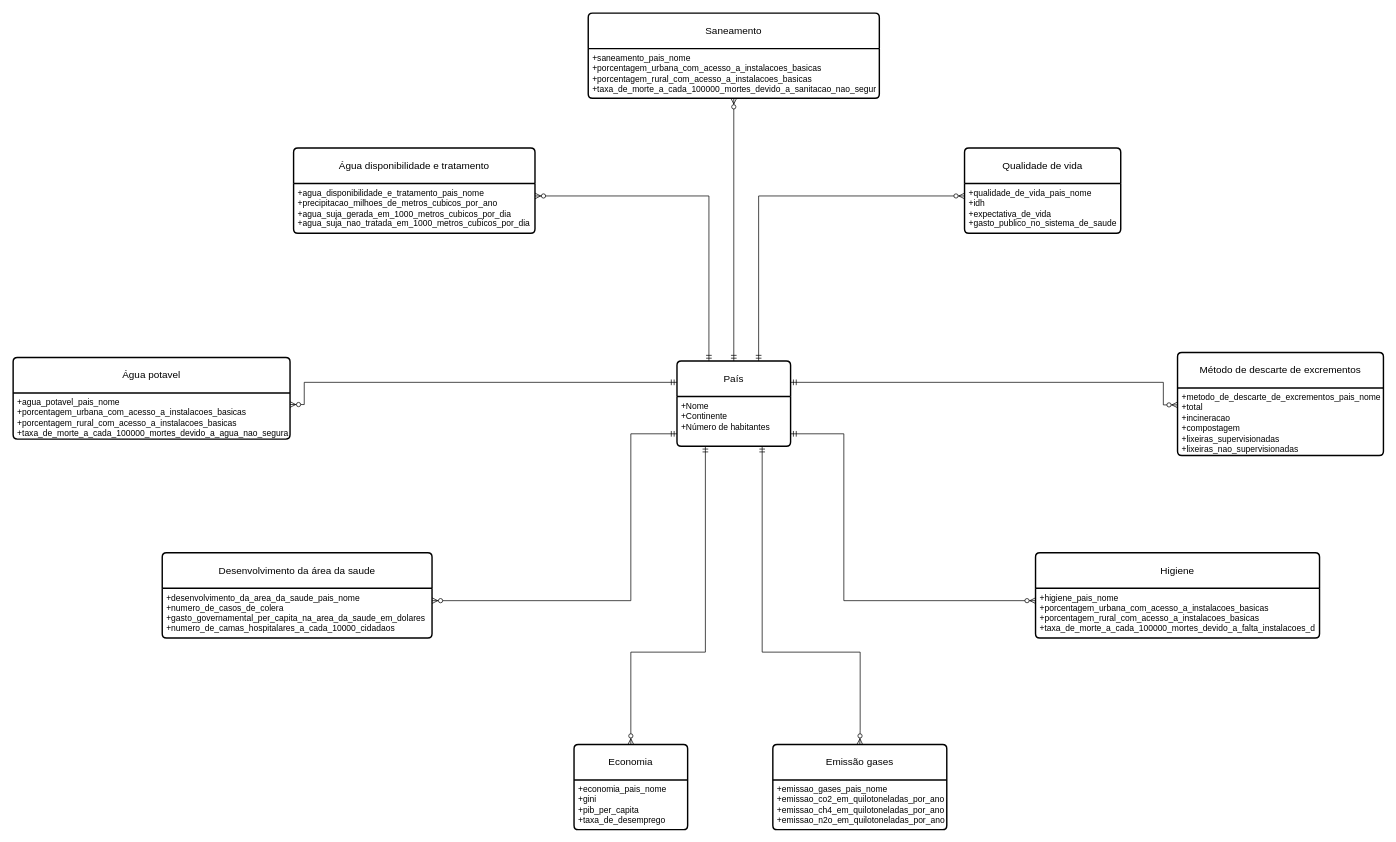
Before: Modelo conceitual.drawio in thidorta/MC536-2025, a draw.io diagram. Source tidied: cells renumbered, new cells numbered last; positions are measured from the earlier drawing's top-left corner, leaving out a move shared by most shapes. Both pictures are drawn from the tidied source at 71%, with x=0, y=0 at pixel (13, 13).
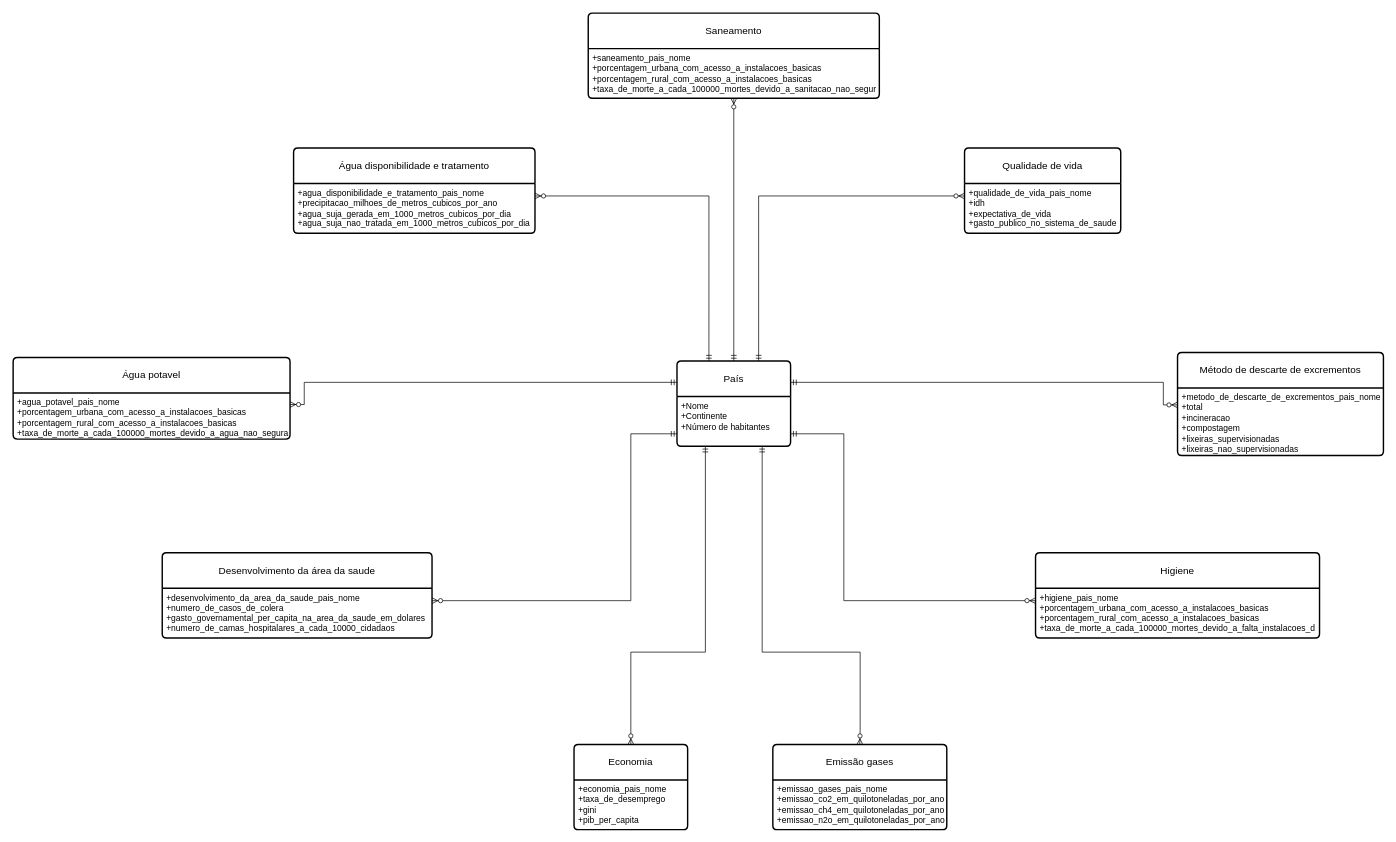
The same page after the edit.

The change refers to these unchanged cells:
```xml
<mxCell id="19" value="Economia" style="swimlane;horizontal=1;startSize=50;rounded=1;fontSize=14;fontStyle=0;strokeWidth=2;shadow=0;dashed=0;align=center;arcSize=4;whiteSpace=wrap;html=1;" parent="1" vertex="1">
  <mxGeometry x="790" y="1030" width="160" height="120" as="geometry" />
</mxCell>
```

What changed in the source:
```diff
@@
-    <mxCell id="20" value="+economia_pais_nome&lt;br&gt;&lt;div&gt;+gini&lt;/div&gt;&lt;div&gt;+pib_per_capita&lt;/div&gt;&lt;div&gt;+taxa_de_desemprego&lt;br&gt;&lt;/div&gt;" style="align=left;strokeColor=none;fillColor=none;spacingLeft=4;spacingRight=4;fontSize=12;verticalAlign=top;html=1;whiteSpace=wrap;" parent="19" vertex="1">
+    <mxCell id="20" value="+economia_pais_nome&lt;br&gt;&lt;div&gt;+taxa_de_desemprego&lt;br&gt;&lt;/div&gt;&lt;div&gt;+gini&lt;/div&gt;&lt;div&gt;+pib_per_capita&lt;/div&gt;" style="align=left;strokeColor=none;fillColor=none;spacingLeft=4;spacingRight=4;fontSize=12;verticalAlign=top;html=1;whiteSpace=wrap;" parent="19" vertex="1">
       <mxGeometry y="50" width="160" height="70" as="geometry" />
     </mxCell>
```
